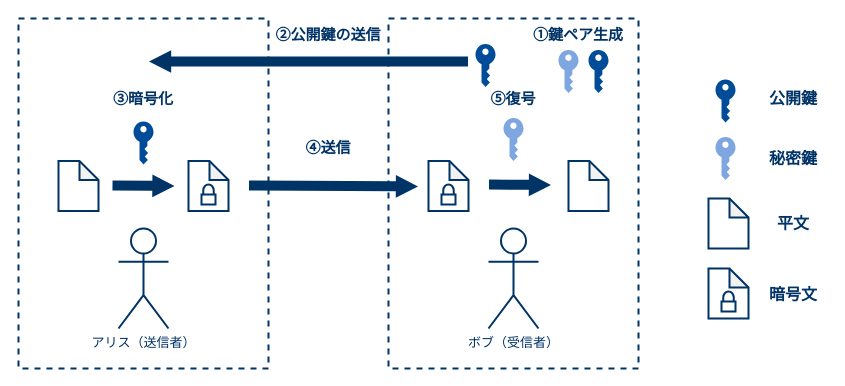
Before: img/5-pubkey.dio in akakou-doc/pubkey-crypto, a draw.io diagram. Source tidied: cells renumbered, new cells numbered last; positions are measured from the earlier drawing's top-left corner, leaving out a move shared by most shapes. Both pictures are drawn from the tidied source at 100%, with x=0, y=0 at pixel (18, 18).
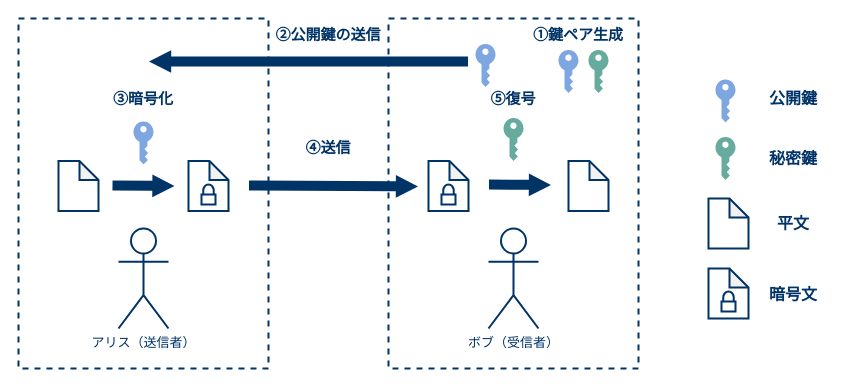
Above is the later version.

What changed in the source:
```diff
@@
-    <mxCell id="8" style="shadow=0;dashed=0;html=1;strokeColor=none;labelPosition=center;verticalLabelPosition=bottom;verticalAlign=top;align=center;shape=mxgraph.office.security.key_permissions;fillColor=#004C99;" parent="1" vertex="1">
+    <mxCell id="8" style="shadow=0;dashed=0;html=1;strokeColor=none;labelPosition=center;verticalLabelPosition=bottom;verticalAlign=top;align=center;shape=mxgraph.office.security.key_permissions;fillColor=#7EA6E0;" parent="1" vertex="1">
       <mxGeometry x="115" y="103" width="20" height="43" as="geometry" />
     </mxCell>
-    <mxCell id="9" style="shadow=0;dashed=0;html=1;strokeColor=none;labelPosition=center;verticalLabelPosition=bottom;verticalAlign=top;align=center;shape=mxgraph.office.security.key_permissions;fillColor=#7EA6E0;" parent="1" vertex="1">
+    <mxCell id="9" style="shadow=0;dashed=0;html=1;strokeColor=none;labelPosition=center;verticalLabelPosition=bottom;verticalAlign=top;align=center;shape=mxgraph.office.security.key_permissions;fillColor=#67AB9F;" parent="1" vertex="1">
       <mxGeometry x="485" y="99.5" width="20" height="43" as="geometry" />
     </mxCell>
@@
-    <mxCell id="23" style="shadow=0;dashed=0;html=1;strokeColor=none;labelPosition=center;verticalLabelPosition=bottom;verticalAlign=top;align=center;shape=mxgraph.office.security.key_permissions;fillColor=#004C99;" parent="1" vertex="1">
+    <mxCell id="23" style="shadow=0;dashed=0;html=1;strokeColor=none;labelPosition=center;verticalLabelPosition=bottom;verticalAlign=top;align=center;shape=mxgraph.office.security.key_permissions;fillColor=#7EA6E0;" parent="1" vertex="1">
       <mxGeometry x="697" y="61" width="20" height="43" as="geometry" />
     </mxCell>
@@
-    <mxCell id="28" style="shadow=0;dashed=0;html=1;strokeColor=none;labelPosition=center;verticalLabelPosition=bottom;verticalAlign=top;align=center;shape=mxgraph.office.security.key_permissions;fillColor=#004C99;" parent="1" vertex="1">
+    <mxCell id="28" style="shadow=0;dashed=0;html=1;strokeColor=none;labelPosition=center;verticalLabelPosition=bottom;verticalAlign=top;align=center;shape=mxgraph.office.security.key_permissions;fillColor=#7EA6E0;" parent="1" vertex="1">
       <mxGeometry x="457" y="25.5" width="20" height="43" as="geometry" />
     </mxCell>
@@
-    <mxCell id="31" style="shadow=0;dashed=0;html=1;strokeColor=none;labelPosition=center;verticalLabelPosition=bottom;verticalAlign=top;align=center;shape=mxgraph.office.security.key_permissions;fillColor=#004C99;" parent="1" vertex="1">
+    <mxCell id="31" style="shadow=0;dashed=0;html=1;strokeColor=none;labelPosition=center;verticalLabelPosition=bottom;verticalAlign=top;align=center;shape=mxgraph.office.security.key_permissions;fillColor=#67AB9F;" parent="1" vertex="1">
       <mxGeometry x="570" y="31.5" width="20" height="43" as="geometry" />
     </mxCell>
-    <mxCell id="32" style="shadow=0;dashed=0;html=1;strokeColor=none;labelPosition=center;verticalLabelPosition=bottom;verticalAlign=top;align=center;shape=mxgraph.office.security.key_permissions;fillColor=#7EA6E0;" parent="1" vertex="1">
+    <mxCell id="32" style="shadow=0;dashed=0;html=1;strokeColor=none;labelPosition=center;verticalLabelPosition=bottom;verticalAlign=top;align=center;shape=mxgraph.office.security.key_permissions;fillColor=#67AB9F;" parent="1" vertex="1">
       <mxGeometry x="697" y="118.5" width="20" height="43" as="geometry" />
     </mxCell>
```
